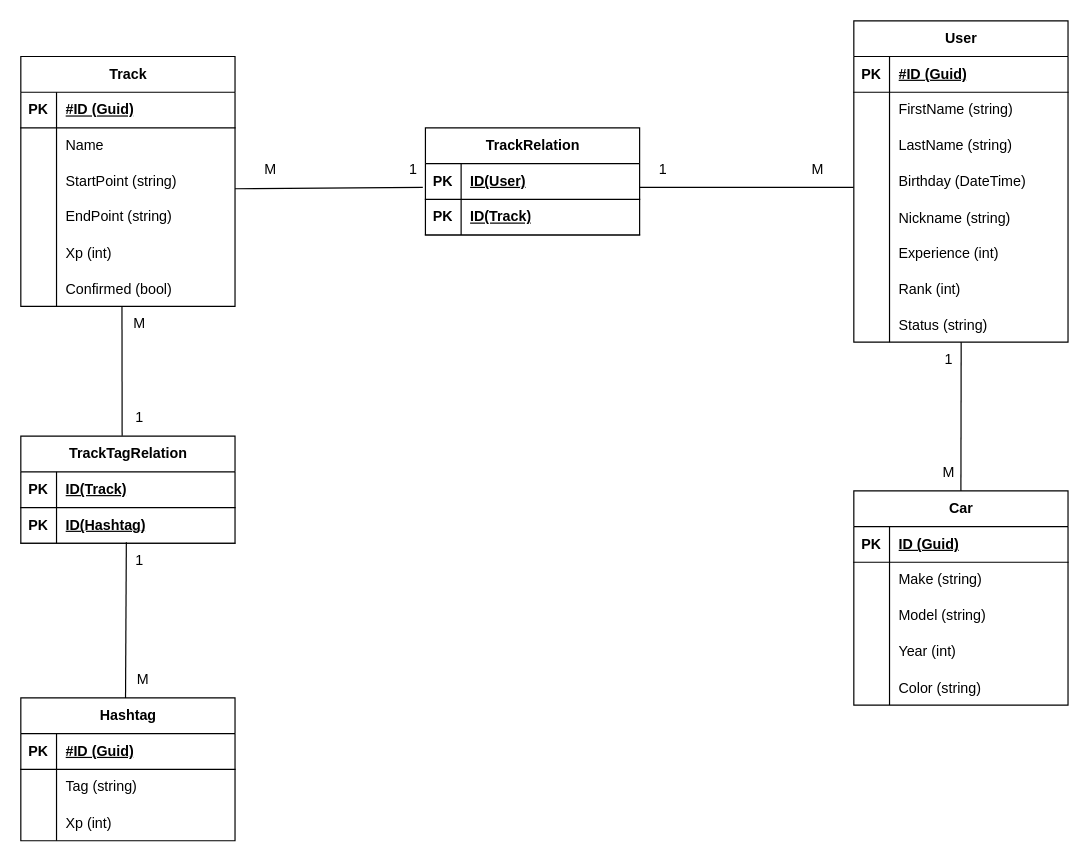
Above: Project/diagrama .net roads.drawio in Qarty26/ASP.NET (draw.io), before the change. Source tidied: cells renumbered, new cells numbered last; positions are measured from the earlier drawing's top-left corner, leaving out a move shared by most shapes. Both pictures are drawn from the tidied source at 119%, with x=0, y=0 at pixel (20, 20).
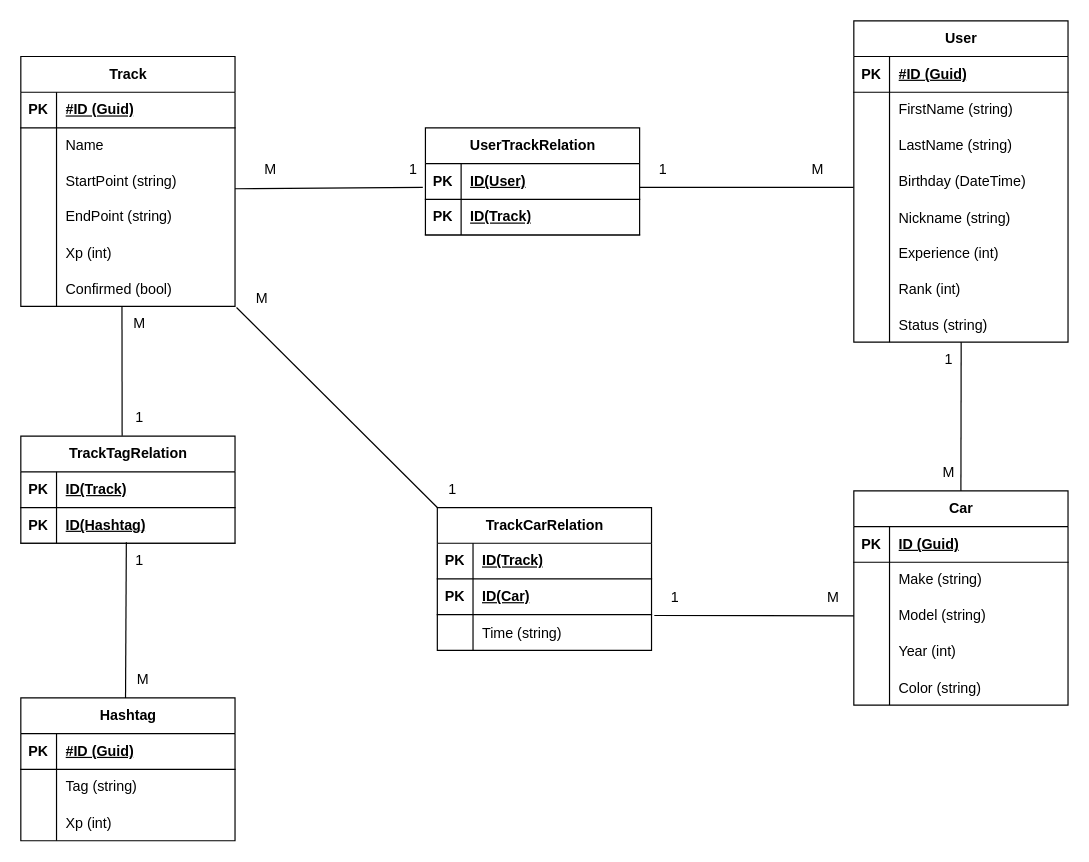
Above is the later version.

Unchanged cells that the change refers to:
```xml
<mxCell id="43" style="shape=tableRow;horizontal=0;startSize=0;swimlaneHead=0;swimlaneBody=0;fillColor=none;points=[[0,0.5],[1,0.5]];portConstraint=eastwest;top=0;left=0;right=0;bottom=0;" parent="27" vertex="1">
  <mxGeometry y="180" width="180" height="30" as="geometry" />
</mxCell>
<mxCell id="63" style="shape=tableRow;horizontal=0;startSize=0;swimlaneHead=0;swimlaneBody=0;fillColor=none;points=[[0,0.5],[1,0.5]];portConstraint=eastwest;top=0;left=0;right=0;bottom=0;" parent="56" vertex="1">
  <mxGeometry y="90" width="180" height="30" as="geometry" />
</mxCell>
```

Change to the diagram source:
```diff
@@
-    <mxCell id="72" value="TrackRelation" style="shape=table;startSize=30;childLayout=tableLayout;rowLines=0;fontStyle=1;align=center;html=1;" parent="1" vertex="1">
+    <mxCell id="72" value="UserTrackRelation" style="shape=table;startSize=30;childLayout=tableLayout;rowLines=0;fontStyle=1;align=center;html=1;" parent="1" vertex="1">
       <mxGeometry x="340" y="90" width="180" height="90" as="geometry" />
     </mxCell>
@@
+    <mxCell id="101" value="TrackCarRelation" style="shape=table;startSize=30;childLayout=tableLayout;rowLines=0;fontStyle=1;align=center;html=1;" parent="1" vertex="1">
+      <mxGeometry x="350" y="409" width="180" height="120" as="geometry" />
+    </mxCell>
+    <mxCell id="102" style="shape=tableRow;horizontal=0;startSize=0;swimlaneHead=0;swimlaneBody=0;fillColor=none;top=0;left=0;right=0;bottom=1;" parent="101" vertex="1">
+      <mxGeometry y="30" width="180" height="30" as="geometry" />
+    </mxCell>
+    <mxCell id="103" value="PK" style="shape=partialRectangle;fillColor=none;top=0;left=0;bottom=0;right=0;fontStyle=1;overflow=hidden;whiteSpace=wrap;html=1;" parent="102" vertex="1">
+      <mxGeometry width="30" height="30" as="geometry" />
+    </mxCell>
+    <mxCell id="104" value="ID(Track)" style="shape=partialRectangle;fillColor=none;top=0;left=0;bottom=0;right=0;align=left;spacingLeft=6;fontStyle=5;overflow=hidden;whiteSpace=wrap;html=1;" parent="102" vertex="1">
+      <mxGeometry x="30" width="150" height="30" as="geometry" />
+    </mxCell>
+    <mxCell id="105" style="shape=tableRow;horizontal=0;startSize=0;swimlaneHead=0;swimlaneBody=0;fillColor=none;points=[[0,0.5],[1,0.5]];portConstraint=eastwest;top=0;left=0;right=0;bottom=1;" parent="101" vertex="1">
+      <mxGeometry y="60" width="180" height="30" as="geometry" />
+    </mxCell>
+    <mxCell id="106" value="PK" style="shape=partialRectangle;fillColor=none;top=0;left=0;bottom=0;right=0;fontStyle=1;overflow=hidden;whiteSpace=wrap;html=1;" parent="105" vertex="1">
+      <mxGeometry width="30" height="30" as="geometry" />
+    </mxCell>
+    <mxCell id="107" value="ID(Car)" style="shape=partialRectangle;fillColor=none;top=0;left=0;bottom=0;right=0;align=left;spacingLeft=6;fontStyle=5;overflow=hidden;whiteSpace=wrap;html=1;" parent="105" vertex="1">
+      <mxGeometry x="30" width="150" height="30" as="geometry" />
+    </mxCell>
+    <mxCell id="108" style="shape=tableRow;horizontal=0;startSize=0;swimlaneHead=0;swimlaneBody=0;fillColor=none;top=0;left=0;right=0;bottom=0;" parent="101" vertex="1">
+      <mxGeometry y="90" width="180" height="30" as="geometry" />
+    </mxCell>
+    <mxCell id="109" style="shape=partialRectangle;fillColor=none;top=0;left=0;bottom=0;right=0;overflow=hidden;" parent="108" vertex="1">
+      <mxGeometry width="30" height="30" as="geometry" />
+    </mxCell>
+    <mxCell id="110" value="Time (string)" style="shape=partialRectangle;fillColor=none;top=0;left=0;bottom=0;right=0;align=left;spacingLeft=6;overflow=hidden;" parent="108" vertex="1">
+      <mxGeometry x="30" width="150" height="30" as="geometry" />
+    </mxCell>
+    <mxCell id="111" style="endArrow=none;html=1;rounded=0;entryX=1.007;entryY=1.029;entryDx=0;entryDy=0;entryPerimeter=0;exitX=0;exitY=0;exitDx=0;exitDy=0;" parent="1" edge="1" source="101" target="43">
+      <mxGeometry relative="1" as="geometry" />
+    </mxCell>
+    <mxCell id="112" style="endArrow=none;html=1;rounded=0;entryX=0;entryY=0.5;entryDx=0;entryDy=0;exitX=1.013;exitY=1.024;exitDx=0;exitDy=0;exitPerimeter=0;" parent="1" edge="1" source="105" target="63">
+      <mxGeometry relative="1" as="geometry" />
+    </mxCell>
+    <mxCell id="113" value="M" style="text;html=1;strokeColor=none;fillColor=none;align=center;verticalAlign=middle;whiteSpace=wrap;rounded=0;" parent="1" vertex="1">
+      <mxGeometry x="653" y="470" width="60" height="30" as="geometry" />
+    </mxCell>
+    <mxCell id="114" value="M" style="text;html=1;strokeColor=none;fillColor=none;align=center;verticalAlign=middle;whiteSpace=wrap;rounded=0;" parent="1" vertex="1">
+      <mxGeometry x="173" y="219" width="60" height="30" as="geometry" />
+    </mxCell>
+    <mxCell id="115" value="1" style="text;html=1;strokeColor=none;fillColor=none;align=center;verticalAlign=middle;whiteSpace=wrap;rounded=0;" parent="1" vertex="1">
+      <mxGeometry x="333" y="379" width="60" height="30" as="geometry" />
+    </mxCell>
+    <mxCell id="116" value="1" style="text;html=1;strokeColor=none;fillColor=none;align=center;verticalAlign=middle;whiteSpace=wrap;rounded=0;" parent="1" vertex="1">
+      <mxGeometry x="520" y="470" width="60" height="30" as="geometry" />
+    </mxCell>
```
